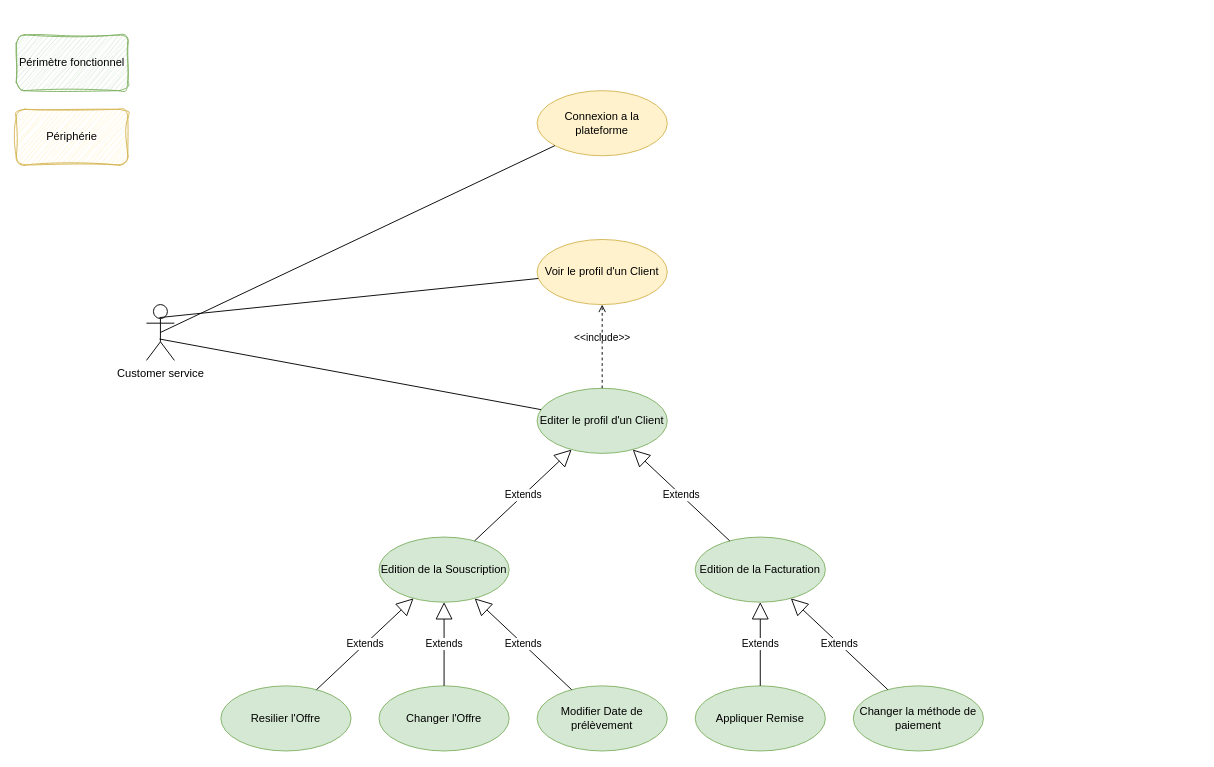
Scholastien/MyApp keeps this draw.io diagram as page "Use Case" (4 of 7) of src/Diagrammes.drawio. Above is the earlier version. Source tidied: cells renumbered, new cells numbered last; positions are measured from the earlier drawing's top-left corner, leaving out a move shared by most shapes. Both pictures are drawn from the tidied source at 93%, with x=0, y=0 at pixel (16, 34).
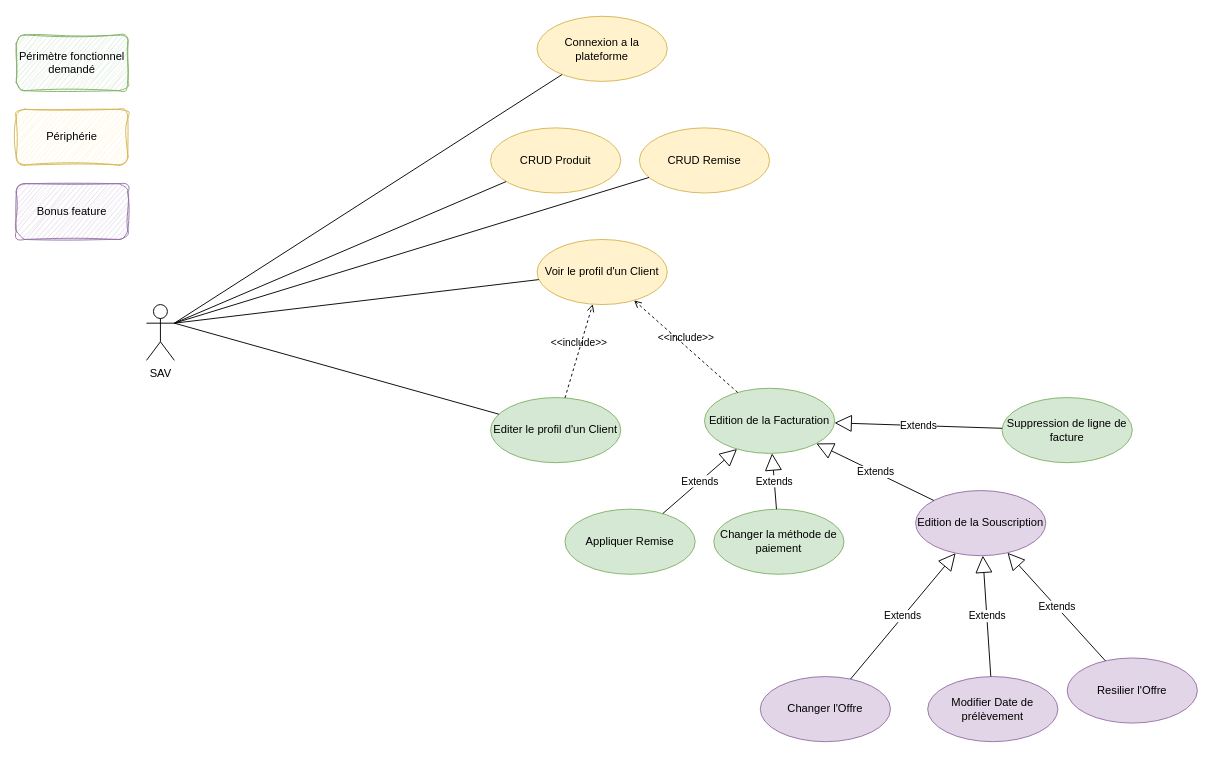
After the change.

Unchanged cells that the change refers to:
```xml
<mxCell id="3" value="Voir le profil d'un Client" style="ellipse;whiteSpace=wrap;html=1;fillColor=#fff2cc;strokeColor=#d6b656;" parent="1" vertex="1">
  <mxGeometry x="560" y="220" width="140" height="70" as="geometry" />
</mxCell>
```

The edit, as a diff of the source:
```diff
@@
-    <mxCell id="2" value="Customer service" style="shape=umlActor;verticalLabelPosition=bottom;verticalAlign=top;html=1;" parent="1" vertex="1">
+    <mxCell id="2" value="SAV" style="shape=umlActor;verticalLabelPosition=bottom;verticalAlign=top;html=1;" parent="1" vertex="1">
       <mxGeometry x="140" y="290" width="30" height="60" as="geometry" />
     </mxCell>
@@
     <mxCell id="4" value="Editer le profil d'un Client" style="ellipse;whiteSpace=wrap;html=1;fillColor=#d5e8d4;strokeColor=#82b366;" parent="1" vertex="1">
-      <mxGeometry x="560" y="380" width="140" height="70" as="geometry" />
+      <mxGeometry x="510" y="390" width="140" height="70" as="geometry" />
     </mxCell>
-    <mxCell id="5" style="endArrow=none;html=1;rounded=0;exitX=0.467;exitY=0.617;exitDx=0;exitDy=0;exitPerimeter=0;" parent="1" edge="1" source="2" target="4">
+    <mxCell id="5" style="endArrow=none;html=1;rounded=0;exitX=1;exitY=0.3333333333333333;exitDx=0;exitDy=0;exitPerimeter=0;" parent="1" edge="1" source="2" target="4">
       <mxGeometry relative="1" as="geometry" />
     </mxCell>
@@
     <mxCell id="7" value="Edition de la Facturation" style="ellipse;whiteSpace=wrap;html=1;fillColor=#d5e8d4;strokeColor=#82b366;" parent="1" vertex="1">
-      <mxGeometry x="730" y="540" width="140" height="70" as="geometry" />
+      <mxGeometry x="740" y="380" width="140" height="70" as="geometry" />
     </mxCell>
     <mxCell id="8" value="Connexion a la plateforme" style="ellipse;whiteSpace=wrap;html=1;fillColor=#fff2cc;strokeColor=#d6b656;" parent="1" vertex="1">
-      <mxGeometry x="560" y="60" width="140" height="70" as="geometry" />
+      <mxGeometry x="560" y="-20" width="140" height="70" as="geometry" />
     </mxCell>
-    <mxCell id="9" style="endArrow=none;html=1;rounded=0;exitX=0.5;exitY=0.5;exitDx=0;exitDy=0;exitPerimeter=0;" parent="1" edge="1" source="2" target="8">
+    <mxCell id="9" style="endArrow=none;html=1;rounded=0;exitX=1;exitY=0.3333333333333333;exitDx=0;exitDy=0;exitPerimeter=0;" parent="1" edge="1" source="2" target="8">
       <mxGeometry relative="1" as="geometry" />
     </mxCell>
-    <mxCell id="10" value="Extends" style="endArrow=block;endSize=16;endFill=0;html=1;rounded=0;" parent="1" edge="1" source="7" target="4">
-      <mxGeometry relative="1" as="geometry" />
-    </mxCell>
-    <mxCell id="11" style="endArrow=none;html=1;rounded=0;exitX=0.467;exitY=0.233;exitDx=0;exitDy=0;exitPerimeter=0;" parent="1" edge="1" source="2" target="3">
+    <mxCell id="11" style="endArrow=none;html=1;rounded=0;exitX=1;exitY=0.3333333333333333;exitDx=0;exitDy=0;exitPerimeter=0;" parent="1" edge="1" source="2" target="3">
       <mxGeometry relative="1" as="geometry" />
     </mxCell>
-    <mxCell id="12" value="Modifier Date de prélèvement" style="ellipse;whiteSpace=wrap;html=1;fillColor=#d5e8d4;strokeColor=#82b366;" parent="1" vertex="1">
-      <mxGeometry x="560" y="700" width="140" height="70" as="geometry" />
+    <mxCell id="12" value="Modifier Date de prélèvement" style="ellipse;whiteSpace=wrap;html=1;fillColor=#e1d5e7;strokeColor=#9673a6;" parent="1" vertex="1">
+      <mxGeometry x="980" y="690" width="140" height="70" as="geometry" />
     </mxCell>
@@
-    <mxCell id="14" value="Edition de la Souscription" style="ellipse;whiteSpace=wrap;html=1;fillColor=#d5e8d4;strokeColor=#82b366;" parent="1" vertex="1">
-      <mxGeometry x="390" y="540" width="140" height="70" as="geometry" />
+    <mxCell id="14" value="Edition de la Souscription" style="ellipse;whiteSpace=wrap;html=1;fillColor=#e1d5e7;strokeColor=#9673a6;" parent="1" vertex="1">
+      <mxGeometry x="967" y="490" width="140" height="70" as="geometry" />
     </mxCell>
-    <mxCell id="15" value="Extends" style="endArrow=block;endSize=16;endFill=0;html=1;rounded=0;" parent="1" edge="1" source="14" target="4">
+    <mxCell id="15" value="Extends" style="endArrow=block;endSize=16;endFill=0;html=1;rounded=0;" parent="1" edge="1" source="14" target="7">
       <mxGeometry relative="1" as="geometry" />
     </mxCell>
-    <mxCell id="16" value="Changer l'Offre" style="ellipse;whiteSpace=wrap;html=1;fillColor=#d5e8d4;strokeColor=#82b366;" parent="1" vertex="1">
-      <mxGeometry x="390" y="700" width="140" height="70" as="geometry" />
+    <mxCell id="16" value="Changer l'Offre" style="ellipse;whiteSpace=wrap;html=1;fillColor=#e1d5e7;strokeColor=#9673a6;" parent="1" vertex="1">
+      <mxGeometry x="800" y="690" width="140" height="70" as="geometry" />
     </mxCell>
@@
-    <mxCell id="18" value="Resilier l'Offre" style="ellipse;whiteSpace=wrap;html=1;fillColor=#d5e8d4;strokeColor=#82b366;" parent="1" vertex="1">
-      <mxGeometry x="220" y="700" width="140" height="70" as="geometry" />
+    <mxCell id="18" value="Resilier l'Offre" style="ellipse;whiteSpace=wrap;html=1;fillColor=#e1d5e7;strokeColor=#9673a6;" parent="1" vertex="1">
+      <mxGeometry x="1130" y="670" width="140" height="70" as="geometry" />
     </mxCell>
@@
     <mxCell id="20" value="Appliquer Remise" style="ellipse;whiteSpace=wrap;html=1;fillColor=#d5e8d4;strokeColor=#82b366;" parent="1" vertex="1">
-      <mxGeometry x="730" y="700" width="140" height="70" as="geometry" />
+      <mxGeometry x="590" y="510" width="140" height="70" as="geometry" />
     </mxCell>
@@
     <mxCell id="22" value="Changer la méthode de paiement" style="ellipse;whiteSpace=wrap;html=1;fillColor=#d5e8d4;strokeColor=#82b366;" parent="1" vertex="1">
-      <mxGeometry x="900" y="700" width="140" height="70" as="geometry" />
+      <mxGeometry x="750" y="510" width="140" height="70" as="geometry" />
     </mxCell>
@@
-    <mxCell id="24" value="Périmètre fonctionnel" style="rounded=1;whiteSpace=wrap;html=1;fillColor=#d5e8d4;strokeColor=#82b366;sketch=1;curveFitting=1;jiggle=2;" parent="1" vertex="1">
+    <mxCell id="24" value="Périmètre fonctionnel&lt;br&gt;demandé" style="rounded=1;whiteSpace=wrap;html=1;fillColor=#d5e8d4;strokeColor=#82b366;sketch=1;curveFitting=1;jiggle=2;" parent="1" vertex="1">
       <mxGeometry width="120" height="60" as="geometry" />
     </mxCell>
@@
+    <mxCell id="26" value="CRUD Produit" style="ellipse;whiteSpace=wrap;html=1;fillColor=#fff2cc;strokeColor=#d6b656;" parent="1" vertex="1">
+      <mxGeometry x="510" y="100" width="140" height="70" as="geometry" />
+    </mxCell>
+    <mxCell id="27" style="endArrow=none;html=1;rounded=0;exitX=1;exitY=0.3333333333333333;exitDx=0;exitDy=0;exitPerimeter=0;" parent="1" edge="1" source="2" target="26">
+      <mxGeometry relative="1" as="geometry" />
+    </mxCell>
+    <mxCell id="28" value="CRUD Remise" style="ellipse;whiteSpace=wrap;html=1;fillColor=#fff2cc;strokeColor=#d6b656;" parent="1" vertex="1">
+      <mxGeometry x="670" y="100" width="140" height="70" as="geometry" />
+    </mxCell>
+    <mxCell id="29" style="endArrow=none;html=1;rounded=0;" parent="1" edge="1" target="28">
+      <mxGeometry relative="1" as="geometry">
+        <mxPoint x="170" y="310" as="sourcePoint" />
+      </mxGeometry>
+    </mxCell>
+    <mxCell id="30" value="&amp;lt;&amp;lt;include&amp;gt;&amp;gt;" style="html=1;verticalAlign=bottom;labelBackgroundColor=none;endArrow=open;endFill=0;dashed=1;rounded=0;" parent="1" edge="1" source="7" target="3">
+      <mxGeometry relative="1" as="geometry" />
+    </mxCell>
+    <mxCell id="31" value="Suppression de ligne de facture" style="ellipse;whiteSpace=wrap;html=1;fillColor=#d5e8d4;strokeColor=#82b366;" parent="1" vertex="1">
+      <mxGeometry x="1060" y="390" width="140" height="70" as="geometry" />
+    </mxCell>
+    <mxCell id="10" value="Extends" style="endArrow=block;endSize=16;endFill=0;html=1;rounded=0;" parent="1" edge="1" source="31" target="7">
+      <mxGeometry relative="1" as="geometry" />
+    </mxCell>
+    <mxCell id="32" value="Bonus feature" style="rounded=1;whiteSpace=wrap;html=1;fillColor=#e1d5e7;strokeColor=#9673a6;sketch=1;curveFitting=1;jiggle=2;" parent="1" vertex="1">
+      <mxGeometry y="160" width="120" height="60" as="geometry" />
+    </mxCell>
```
